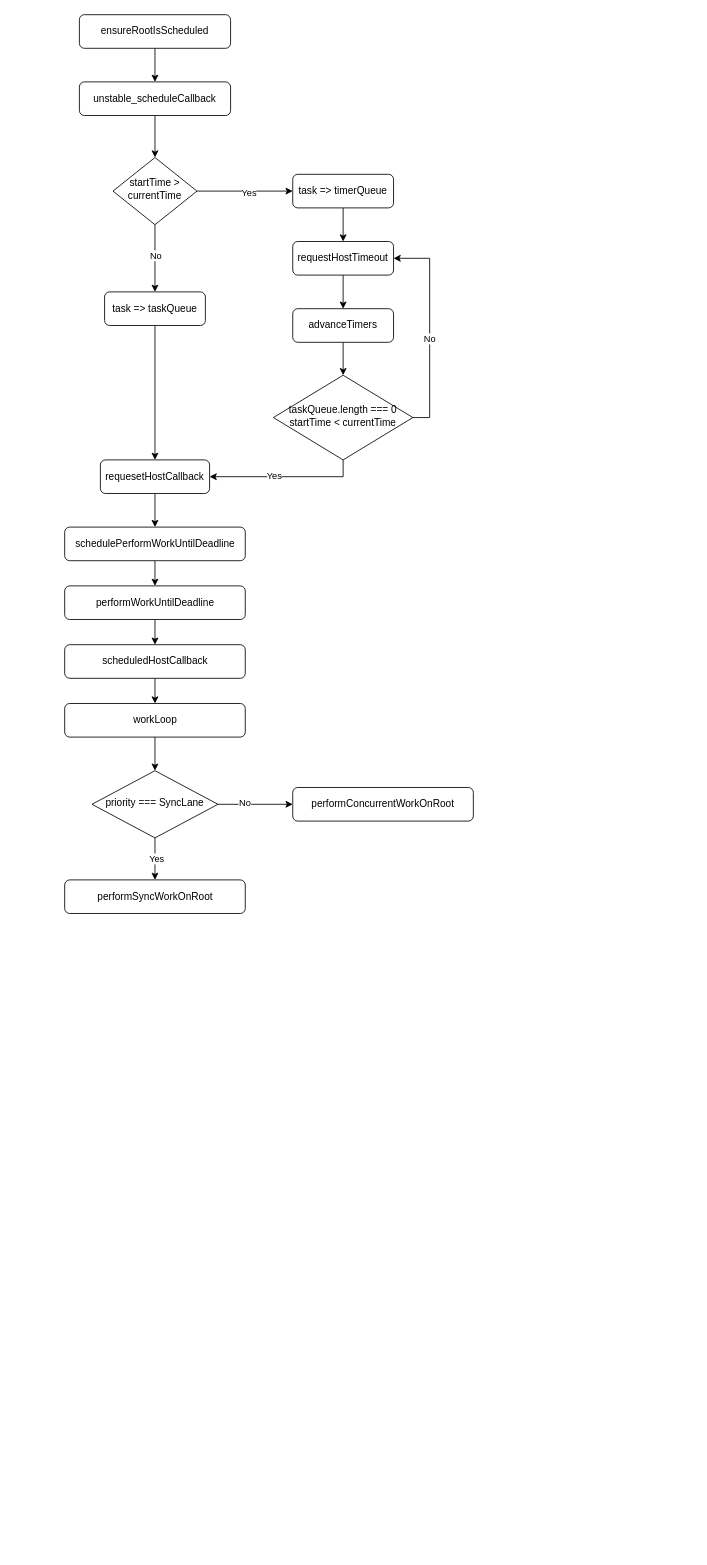
Above: 渲染流程图.drawio in jin-sir/xinli (draw.io), before the change. Source tidied: cells renumbered, new cells numbered last; positions are measured from the earlier drawing's top-left corner, leaving out a move shared by most shapes. Both pictures are drawn from the tidied source at 84%, with x=0, y=0 at pixel (64, 14).
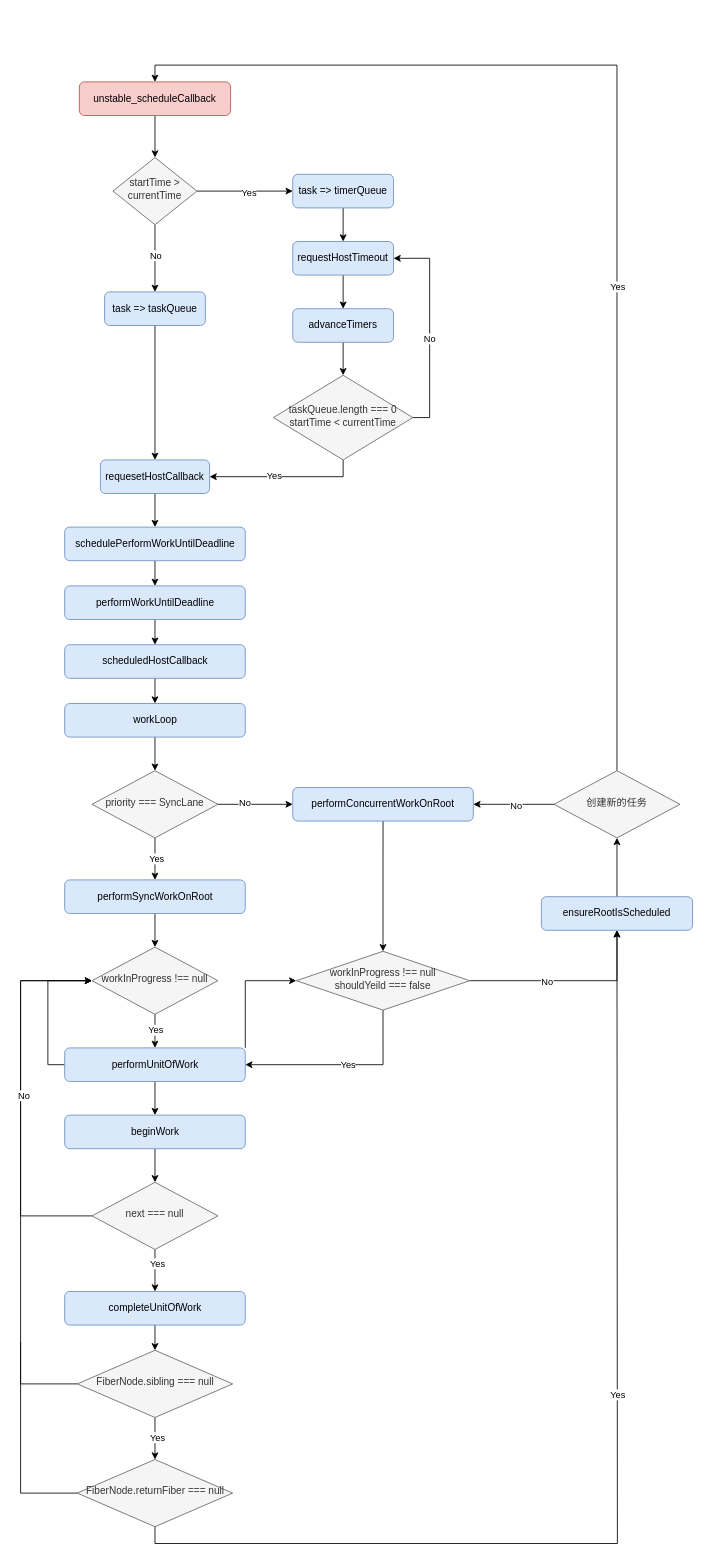
The same page after the edit.

Commit message (it also covers changes not shown here):
更新渲染流程图.drawio

Change to the diagram source:
```diff
@@
-    <mxCell id="3" value="unstable_scheduleCallback" style="rounded=1;whiteSpace=wrap;html=1;fontSize=12;glass=0;strokeWidth=1;shadow=0;" parent="1" vertex="1">
+    <mxCell id="3" value="unstable_scheduleCallback" style="rounded=1;whiteSpace=wrap;html=1;fontSize=12;glass=0;strokeWidth=1;shadow=0;fillColor=#f8cecc;strokeColor=#b85450;" parent="1" vertex="1">
       <mxGeometry x="18" y="80" width="180" height="40" as="geometry" />
     </mxCell>
@@
-    <mxCell id="8" value="startTime &amp;gt; currentTime" style="rhombus;whiteSpace=wrap;html=1;shadow=0;fontFamily=Helvetica;fontSize=12;align=center;strokeWidth=1;spacing=6;spacingTop=-4;" parent="1" vertex="1">
+    <mxCell id="8" value="startTime &amp;gt; currentTime" style="rhombus;whiteSpace=wrap;html=1;shadow=0;fontFamily=Helvetica;fontSize=12;align=center;strokeWidth=1;spacing=6;spacingTop=-4;fillColor=#f5f5f5;fontColor=#333333;strokeColor=#666666;" parent="1" vertex="1">
       <mxGeometry x="58" y="170" width="100" height="80" as="geometry" />
     </mxCell>
@@
-    <mxCell id="10" value="task =&amp;gt; timerQueue" style="rounded=1;whiteSpace=wrap;html=1;fontSize=12;glass=0;strokeWidth=1;shadow=0;" parent="1" vertex="1">
+    <mxCell id="10" value="task =&amp;gt; timerQueue" style="rounded=1;whiteSpace=wrap;html=1;fontSize=12;glass=0;strokeWidth=1;shadow=0;fillColor=#dae8fc;strokeColor=#6c8ebf;" parent="1" vertex="1">
       <mxGeometry x="272" y="190" width="120" height="40" as="geometry" />
     </mxCell>
@@
-    <mxCell id="12" value="requesetHostCallback" style="rounded=1;whiteSpace=wrap;html=1;fontSize=12;glass=0;strokeWidth=1;shadow=0;" parent="1" vertex="1">
+    <mxCell id="12" value="requesetHostCallback" style="rounded=1;whiteSpace=wrap;html=1;fontSize=12;glass=0;strokeWidth=1;shadow=0;fillColor=#dae8fc;strokeColor=#6c8ebf;" parent="1" vertex="1">
       <mxGeometry x="43" y="530" width="130" height="40" as="geometry" />
     </mxCell>
@@
-    <mxCell id="15" value="requestHostTimeout" style="rounded=1;whiteSpace=wrap;html=1;fontSize=12;glass=0;strokeWidth=1;shadow=0;" parent="1" vertex="1">
+    <mxCell id="15" value="requestHostTimeout" style="rounded=1;whiteSpace=wrap;html=1;fontSize=12;glass=0;strokeWidth=1;shadow=0;fillColor=#dae8fc;strokeColor=#6c8ebf;" parent="1" vertex="1">
       <mxGeometry x="272" y="270" width="120" height="40" as="geometry" />
     </mxCell>
@@
-    <mxCell id="17" value="task =&amp;gt; taskQueue" style="rounded=1;whiteSpace=wrap;html=1;fontSize=12;glass=0;strokeWidth=1;shadow=0;" parent="1" vertex="1">
+    <mxCell id="17" value="task =&amp;gt; taskQueue" style="rounded=1;whiteSpace=wrap;html=1;fontSize=12;glass=0;strokeWidth=1;shadow=0;fillColor=#dae8fc;strokeColor=#6c8ebf;" parent="1" vertex="1">
       <mxGeometry x="48" y="330" width="120" height="40" as="geometry" />
     </mxCell>
@@
-    <mxCell id="22" value="taskQueue.length === 0&lt;div&gt;startTime &amp;lt; currentTime&lt;/div&gt;" style="rhombus;whiteSpace=wrap;html=1;shadow=0;fontFamily=Helvetica;fontSize=12;align=center;strokeWidth=1;spacing=6;spacingTop=-4;" parent="1" vertex="1">
+    <mxCell id="22" value="taskQueue.length === 0&lt;div&gt;startTime &amp;lt; currentTime&lt;/div&gt;" style="rhombus;whiteSpace=wrap;html=1;shadow=0;fontFamily=Helvetica;fontSize=12;align=center;strokeWidth=1;spacing=6;spacingTop=-4;fillColor=#f5f5f5;fontColor=#333333;strokeColor=#666666;" parent="1" vertex="1">
       <mxGeometry x="249" y="429.2" width="166" height="100.8" as="geometry" />
     </mxCell>
-    <mxCell id="23" value="advanceTimers" style="rounded=1;whiteSpace=wrap;html=1;fontSize=12;glass=0;strokeWidth=1;shadow=0;" parent="1" vertex="1">
+    <mxCell id="23" value="advanceTimers" style="rounded=1;whiteSpace=wrap;html=1;fontSize=12;glass=0;strokeWidth=1;shadow=0;fillColor=#dae8fc;strokeColor=#6c8ebf;" parent="1" vertex="1">
       <mxGeometry x="272" y="350" width="120" height="40" as="geometry" />
     </mxCell>
@@
-    <mxCell id="25" value="schedulePerformWorkUntilDeadline" style="rounded=1;whiteSpace=wrap;html=1;fontSize=12;glass=0;strokeWidth=1;shadow=0;" parent="1" vertex="1">
+    <mxCell id="25" value="schedulePerformWorkUntilDeadline" style="rounded=1;whiteSpace=wrap;html=1;fontSize=12;glass=0;strokeWidth=1;shadow=0;fillColor=#dae8fc;strokeColor=#6c8ebf;" parent="1" vertex="1">
       <mxGeometry x="0.5" y="610" width="215" height="40" as="geometry" />
     </mxCell>
@@
-    <mxCell id="27" value="performWorkUntilDeadline" style="rounded=1;whiteSpace=wrap;html=1;fontSize=12;glass=0;strokeWidth=1;shadow=0;" parent="1" vertex="1">
+    <mxCell id="27" value="performWorkUntilDeadline" style="rounded=1;whiteSpace=wrap;html=1;fontSize=12;glass=0;strokeWidth=1;shadow=0;fillColor=#dae8fc;strokeColor=#6c8ebf;" parent="1" vertex="1">
       <mxGeometry x="0.5" y="680" width="215" height="40" as="geometry" />
     </mxCell>
@@
-    <mxCell id="29" value="scheduledHostCallback" style="rounded=1;whiteSpace=wrap;html=1;fontSize=12;glass=0;strokeWidth=1;shadow=0;" parent="1" vertex="1">
+    <mxCell id="29" value="scheduledHostCallback" style="rounded=1;whiteSpace=wrap;html=1;fontSize=12;glass=0;strokeWidth=1;shadow=0;fillColor=#dae8fc;strokeColor=#6c8ebf;" parent="1" vertex="1">
       <mxGeometry x="0.5" y="750" width="215" height="40" as="geometry" />
     </mxCell>
@@
-    <mxCell id="31" value="workLoop" style="rounded=1;whiteSpace=wrap;html=1;fontSize=12;glass=0;strokeWidth=1;shadow=0;" parent="1" vertex="1">
+    <mxCell id="31" value="workLoop" style="rounded=1;whiteSpace=wrap;html=1;fontSize=12;glass=0;strokeWidth=1;shadow=0;fillColor=#dae8fc;strokeColor=#6c8ebf;" parent="1" vertex="1">
       <mxGeometry x="0.5" y="820" width="215" height="40" as="geometry" />
     </mxCell>
-    <mxCell id="32" style="edgeStyle=orthogonalEdgeStyle;rounded=0;jettySize=auto;html=1;exitX=0.5;exitY=1;exitDx=0;exitDy=0;entryX=0.5;entryY=0;entryDx=0;entryDy=0;" parent="1" edge="1" source="33" target="3">
+    <mxCell id="32" style="edgeStyle=orthogonalEdgeStyle;rounded=0;jettySize=auto;html=1;exitX=0.5;exitY=0;exitDx=0;exitDy=0;entryX=0.5;entryY=0;entryDx=0;entryDy=0;" parent="1" edge="1" source="59" target="3">
       <mxGeometry relative="1" as="geometry" />
     </mxCell>
+    <mxCell id="41" value="Yes" style="edgeLabel;html=1;align=center;verticalAlign=middle;" parent="32" vertex="1">
+      <mxGeometry x="-0.77" relative="1" as="geometry">
+        <mxPoint y="-415" as="offset" />
+      </mxGeometry>
+    </mxCell>
+    <mxCell id="42" style="edgeStyle=orthogonalEdgeStyle;rounded=0;jettySize=auto;html=1;exitX=0.5;exitY=0;exitDx=0;exitDy=0;entryX=0.5;entryY=1;entryDx=0;entryDy=0;" parent="1" edge="1" source="33" target="59">
+      <mxGeometry relative="1" as="geometry" />
+    </mxCell>
-    <mxCell id="33" value="ensureRootIsScheduled" style="rounded=1;whiteSpace=wrap;html=1;fontSize=12;glass=0;strokeWidth=1;shadow=0;" parent="1" vertex="1">
-      <mxGeometry x="18" width="180" height="40" as="geometry" />
+    <mxCell id="33" value="ensureRootIsScheduled" style="rounded=1;whiteSpace=wrap;html=1;fontSize=12;glass=0;strokeWidth=1;shadow=0;fillColor=#dae8fc;strokeColor=#6c8ebf;" parent="1" vertex="1">
+      <mxGeometry x="568" y="1050" width="180" height="40" as="geometry" />
     </mxCell>
+    <mxCell id="43" style="edgeStyle=orthogonalEdgeStyle;rounded=0;jettySize=auto;html=1;exitX=0.5;exitY=1;exitDx=0;exitDy=0;entryX=0.5;entryY=0;entryDx=0;entryDy=0;" parent="1" edge="1" source="34" target="47">
+      <mxGeometry relative="1" as="geometry" />
+    </mxCell>
-    <mxCell id="34" value="performSyncWorkOnRoot" style="rounded=1;whiteSpace=wrap;html=1;fontSize=12;glass=0;strokeWidth=1;shadow=0;" parent="1" vertex="1">
+    <mxCell id="34" value="performSyncWorkOnRoot" style="rounded=1;whiteSpace=wrap;html=1;fontSize=12;glass=0;strokeWidth=1;shadow=0;fillColor=#dae8fc;strokeColor=#6c8ebf;" parent="1" vertex="1">
       <mxGeometry x="0.5" y="1030" width="215" height="40" as="geometry" />
     </mxCell>
@@
-    <mxCell id="39" value="priority === SyncLane" style="rhombus;whiteSpace=wrap;html=1;shadow=0;fontFamily=Helvetica;fontSize=12;align=center;strokeWidth=1;spacing=6;spacingTop=-4;" parent="1" vertex="1">
+    <mxCell id="39" value="priority === SyncLane" style="rhombus;whiteSpace=wrap;html=1;shadow=0;fontFamily=Helvetica;fontSize=12;align=center;strokeWidth=1;spacing=6;spacingTop=-4;fillColor=#f5f5f5;fontColor=#333333;strokeColor=#666666;" parent="1" vertex="1">
       <mxGeometry x="33" y="900" width="150" height="80" as="geometry" />
     </mxCell>
+    <mxCell id="44" style="edgeStyle=orthogonalEdgeStyle;rounded=0;jettySize=auto;html=1;exitX=0.5;exitY=1;exitDx=0;exitDy=0;entryX=0.5;entryY=0;entryDx=0;entryDy=0;" parent="1" edge="1" source="40" target="56">
+      <mxGeometry relative="1" as="geometry" />
+    </mxCell>
-    <mxCell id="40" value="performConcurrentWorkOnRoot" style="rounded=1;whiteSpace=wrap;html=1;fontSize=12;glass=0;strokeWidth=1;shadow=0;" parent="1" vertex="1">
+    <mxCell id="40" value="performConcurrentWorkOnRoot" style="rounded=1;whiteSpace=wrap;html=1;fontSize=12;glass=0;strokeWidth=1;shadow=0;fillColor=#dae8fc;strokeColor=#6c8ebf;" parent="1" vertex="1">
       <mxGeometry x="272" y="920" width="215" height="40" as="geometry" />
     </mxCell>
+    <mxCell id="45" style="edgeStyle=orthogonalEdgeStyle;rounded=0;jettySize=auto;html=1;exitX=0.5;exitY=1;exitDx=0;exitDy=0;entryX=0.5;entryY=0;entryDx=0;entryDy=0;" parent="1" edge="1" source="47" target="51">
+      <mxGeometry relative="1" as="geometry" />
+    </mxCell>
+    <mxCell id="46" value="Yes" style="edgeLabel;html=1;align=center;verticalAlign=middle;" parent="45" vertex="1">
+      <mxGeometry x="-0.1" relative="1" as="geometry" />
+    </mxCell>
+    <mxCell id="47" value="workInProgress !== null" style="rhombus;whiteSpace=wrap;html=1;shadow=0;fontFamily=Helvetica;fontSize=12;align=center;strokeWidth=1;spacing=6;spacingTop=-4;fillColor=#f5f5f5;fontColor=#333333;strokeColor=#666666;" parent="1" vertex="1">
+      <mxGeometry x="33" y="1110" width="150" height="80" as="geometry" />
+    </mxCell>
+    <mxCell id="48" style="edgeStyle=orthogonalEdgeStyle;rounded=0;jettySize=auto;html=1;exitX=0;exitY=0.5;exitDx=0;exitDy=0;entryX=0;entryY=0.5;entryDx=0;entryDy=0;" parent="1" edge="1" source="51" target="47">
+      <mxGeometry relative="1" as="geometry" />
+    </mxCell>
+    <mxCell id="49" style="edgeStyle=orthogonalEdgeStyle;rounded=0;jettySize=auto;html=1;exitX=1;exitY=0;exitDx=0;exitDy=0;entryX=0;entryY=0.5;entryDx=0;entryDy=0;" parent="1" edge="1" source="51" target="56">
+      <mxGeometry relative="1" as="geometry" />
+    </mxCell>
+    <mxCell id="50" style="edgeStyle=orthogonalEdgeStyle;rounded=0;jettySize=auto;html=1;exitX=0.5;exitY=1;exitDx=0;exitDy=0;entryX=0.5;entryY=0;entryDx=0;entryDy=0;" parent="1" edge="1" source="51" target="61">
+      <mxGeometry relative="1" as="geometry" />
+    </mxCell>
+    <mxCell id="51" value="performUnitOfWork" style="rounded=1;whiteSpace=wrap;html=1;fontSize=12;glass=0;strokeWidth=1;shadow=0;fillColor=#dae8fc;strokeColor=#6c8ebf;" parent="1" vertex="1">
+      <mxGeometry x="0.5" y="1230" width="215" height="40" as="geometry" />
+    </mxCell>
+    <mxCell id="52" style="edgeStyle=orthogonalEdgeStyle;rounded=0;jettySize=auto;html=1;exitX=0.5;exitY=1;exitDx=0;exitDy=0;entryX=1;entryY=0.5;entryDx=0;entryDy=0;" parent="1" edge="1" source="56" target="51">
+      <mxGeometry relative="1" as="geometry" />
+    </mxCell>
+    <mxCell id="53" value="Yes" style="edgeLabel;html=1;align=center;verticalAlign=middle;" parent="52" vertex="1">
+      <mxGeometry x="-0.06" relative="1" as="geometry">
+        <mxPoint x="1" as="offset" />
+      </mxGeometry>
+    </mxCell>
+    <mxCell id="54" style="edgeStyle=orthogonalEdgeStyle;rounded=0;jettySize=auto;html=1;exitX=1;exitY=0.5;exitDx=0;exitDy=0;entryX=0.5;entryY=1;entryDx=0;entryDy=0;" parent="1" edge="1" source="56" target="33">
+      <mxGeometry relative="1" as="geometry" />
+    </mxCell>
+    <mxCell id="55" value="No" style="edgeLabel;html=1;align=center;verticalAlign=middle;" parent="54" vertex="1">
+      <mxGeometry x="-0.22" y="-1" relative="1" as="geometry" />
+    </mxCell>
+    <mxCell id="56" value="workInProgress !== null&lt;div&gt;shouldYeild === false&lt;/div&gt;" style="rhombus;whiteSpace=wrap;html=1;shadow=0;fontFamily=Helvetica;fontSize=12;align=center;strokeWidth=1;spacing=6;spacingTop=-4;fillColor=#f5f5f5;fontColor=#333333;strokeColor=#666666;" parent="1" vertex="1">
+      <mxGeometry x="276.2" y="1115" width="206.5" height="70" as="geometry" />
+    </mxCell>
+    <mxCell id="57" style="edgeStyle=orthogonalEdgeStyle;rounded=0;jettySize=auto;html=1;exitX=0;exitY=0.5;exitDx=0;exitDy=0;entryX=1;entryY=0.5;entryDx=0;entryDy=0;" parent="1" edge="1" source="59" target="40">
+      <mxGeometry relative="1" as="geometry" />
+    </mxCell>
+    <mxCell id="58" value="No" style="edgeLabel;html=1;align=center;verticalAlign=middle;" parent="57" vertex="1">
+      <mxGeometry x="-0.04" y="1" relative="1" as="geometry" />
+    </mxCell>
+    <mxCell id="59" value="创建新的任务" style="rhombus;whiteSpace=wrap;html=1;shadow=0;fontFamily=Helvetica;fontSize=12;align=center;strokeWidth=1;spacing=6;spacingTop=-4;fillColor=#f5f5f5;fontColor=#333333;strokeColor=#666666;" parent="1" vertex="1">
+      <mxGeometry x="583" y="900" width="150" height="80" as="geometry" />
+    </mxCell>
+    <mxCell id="60" style="edgeStyle=orthogonalEdgeStyle;rounded=0;jettySize=auto;html=1;exitX=0.5;exitY=1;exitDx=0;exitDy=0;entryX=0.5;entryY=0;entryDx=0;entryDy=0;" parent="1" edge="1" source="61" target="67">
+      <mxGeometry relative="1" as="geometry" />
+    </mxCell>
+    <mxCell id="61" value="beginWork" style="rounded=1;whiteSpace=wrap;html=1;fontSize=12;glass=0;strokeWidth=1;shadow=0;fillColor=#dae8fc;strokeColor=#6c8ebf;" parent="1" vertex="1">
+      <mxGeometry x="0.5" y="1310" width="215" height="40" as="geometry" />
+    </mxCell>
+    <mxCell id="62" style="edgeStyle=orthogonalEdgeStyle;rounded=0;jettySize=auto;html=1;exitX=0;exitY=0.5;exitDx=0;exitDy=0;" parent="1" edge="1" source="67">
+      <mxGeometry relative="1" as="geometry">
+        <mxPoint x="33" y="1150" as="targetPoint" />
+        <Array as="points">
+          <mxPoint x="-52" y="1430" />
+          <mxPoint x="-52" y="1150" />
+        </Array>
+      </mxGeometry>
+    </mxCell>
+    <mxCell id="63" style="edgeStyle=orthogonalEdgeStyle;rounded=0;jettySize=auto;html=1;exitX=0.5;exitY=1;exitDx=0;exitDy=0;entryX=0.5;entryY=0;entryDx=0;entryDy=0;" parent="1" edge="1" source="64" target="72">
+      <mxGeometry relative="1" as="geometry" />
+    </mxCell>
+    <mxCell id="64" value="completeUnitOfWork" style="rounded=1;whiteSpace=wrap;html=1;fontSize=12;glass=0;strokeWidth=1;shadow=0;fillColor=#dae8fc;strokeColor=#6c8ebf;" parent="1" vertex="1">
+      <mxGeometry x="0.5" y="1520" width="215" height="40" as="geometry" />
+    </mxCell>
+    <mxCell id="65" style="edgeStyle=orthogonalEdgeStyle;rounded=0;jettySize=auto;html=1;exitX=0.5;exitY=1;exitDx=0;exitDy=0;entryX=0.5;entryY=0;entryDx=0;entryDy=0;" parent="1" edge="1" source="67" target="64">
+      <mxGeometry relative="1" as="geometry" />
+    </mxCell>
+    <mxCell id="66" value="Yes" style="edgeLabel;html=1;align=center;verticalAlign=middle;" parent="65" vertex="1">
+      <mxGeometry x="-0.36" y="2" relative="1" as="geometry" />
+    </mxCell>
+    <mxCell id="67" value="next === null" style="rhombus;whiteSpace=wrap;html=1;shadow=0;fontFamily=Helvetica;fontSize=12;align=center;strokeWidth=1;spacing=6;spacingTop=-4;fillColor=#f5f5f5;fontColor=#333333;strokeColor=#666666;" parent="1" vertex="1">
+      <mxGeometry x="33" y="1390" width="150" height="80" as="geometry" />
+    </mxCell>
+    <mxCell id="68" style="edgeStyle=orthogonalEdgeStyle;rounded=0;jettySize=auto;html=1;exitX=0;exitY=0.5;exitDx=0;exitDy=0;strokeColor=default;entryX=0;entryY=0.5;entryDx=0;entryDy=0;" parent="1" edge="1" source="72" target="47">
+      <mxGeometry relative="1" as="geometry">
+        <Array as="points">
+          <mxPoint x="-52" y="1630" />
+          <mxPoint x="-52" y="1150" />
+        </Array>
+      </mxGeometry>
+    </mxCell>
+    <mxCell id="69" value="No" style="edgeLabel;html=1;align=center;verticalAlign=middle;" parent="68" vertex="1">
+      <mxGeometry x="0.3" y="-3" relative="1" as="geometry" />
+    </mxCell>
+    <mxCell id="70" style="edgeStyle=orthogonalEdgeStyle;rounded=0;jettySize=auto;html=1;exitX=0.5;exitY=1;exitDx=0;exitDy=0;entryX=0.5;entryY=0;entryDx=0;entryDy=0;" parent="1" edge="1" source="72" target="75">
+      <mxGeometry relative="1" as="geometry" />
+    </mxCell>
+    <mxCell id="71" value="Yes" style="edgeLabel;html=1;align=center;verticalAlign=middle;" parent="70" vertex="1">
+      <mxGeometry x="-0.08" y="2" relative="1" as="geometry" />
+    </mxCell>
+    <mxCell id="72" value="FiberNode.sibling === null" style="rhombus;whiteSpace=wrap;html=1;shadow=0;fontFamily=Helvetica;fontSize=12;align=center;strokeWidth=1;spacing=6;spacingTop=-4;fillColor=#f5f5f5;fontColor=#333333;strokeColor=#666666;" parent="1" vertex="1">
+      <mxGeometry x="15.5" y="1590" width="185" height="80" as="geometry" />
+    </mxCell>
+    <mxCell id="73" style="edgeStyle=orthogonalEdgeStyle;rounded=0;jettySize=auto;html=1;exitX=0.5;exitY=1;exitDx=0;exitDy=0;" parent="1" edge="1" source="75">
+      <mxGeometry relative="1" as="geometry">
+        <mxPoint x="658" y="1090" as="targetPoint" />
+      </mxGeometry>
+    </mxCell>
+    <mxCell id="74" value="Yes" style="edgeLabel;html=1;align=center;verticalAlign=middle;" parent="73" vertex="1">
+      <mxGeometry x="0.15" relative="1" as="geometry" />
+    </mxCell>
+    <mxCell id="75" value="FiberNode.returnFiber === null" style="rhombus;whiteSpace=wrap;html=1;shadow=0;fontFamily=Helvetica;fontSize=12;align=center;strokeWidth=1;spacing=6;spacingTop=-4;fillColor=#f5f5f5;fontColor=#333333;strokeColor=#666666;" parent="1" vertex="1">
+      <mxGeometry x="15.5" y="1720" width="185" height="80" as="geometry" />
+    </mxCell>
+    <mxCell id="76" style="endArrow=none;html=1;rounded=0;exitX=0;exitY=0.5;exitDx=0;exitDy=0;" parent="1" edge="1" source="75">
+      <mxGeometry relative="1" as="geometry">
+        <mxPoint x="-52" y="1580" as="targetPoint" />
+        <Array as="points">
+          <mxPoint x="-52" y="1760" />
+        </Array>
+      </mxGeometry>
+    </mxCell>
```
